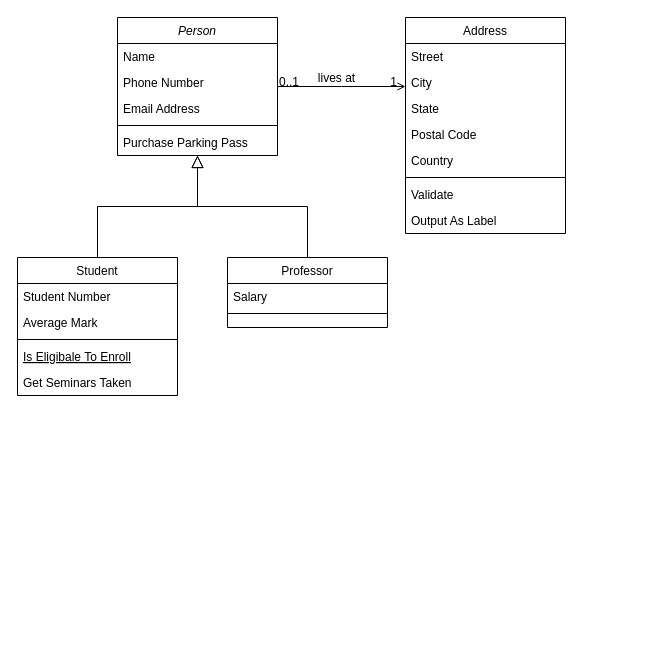
Before: page "Page-1" (1 of 2) of Untitled Diagram.drawio in Lodestone-Aus/tiddlywiki4, a draw.io diagram. Source tidied: cells renumbered, new cells numbered last; positions are measured from the earlier drawing's top-left corner, leaving out a move shared by most shapes. Both pictures are drawn from the tidied source at 100%, with x=0, y=0 at pixel (17, 17).
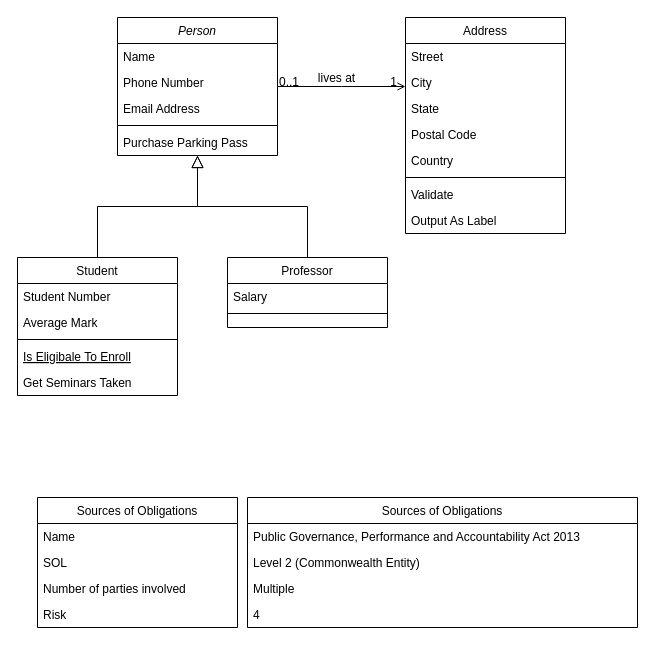
After the change.

Change to the diagram source:
```diff
@@
+    <mxCell id="32" value="Sources of Obligations" style="swimlane;fontStyle=0;horizontal=1;startSize=26;fillColor=none;" parent="1" vertex="1">
+      <mxGeometry x="20" y="480" width="200" height="130" as="geometry" />
+    </mxCell>
+    <mxCell id="33" value="Name" style="text;strokeColor=none;fillColor=none;align=left;verticalAlign=top;spacingLeft=4;spacingRight=4;overflow=hidden;" parent="32" vertex="1">
+      <mxGeometry y="26" width="200" height="26" as="geometry" />
+    </mxCell>
+    <mxCell id="34" value="SOL" style="text;strokeColor=none;fillColor=none;align=left;verticalAlign=top;spacingLeft=4;spacingRight=4;overflow=hidden;" parent="32" vertex="1">
+      <mxGeometry y="52" width="200" height="26" as="geometry" />
+    </mxCell>
+    <mxCell id="35" value="Number of parties involved" style="text;strokeColor=none;fillColor=none;align=left;verticalAlign=top;spacingLeft=4;spacingRight=4;overflow=hidden;" parent="32" vertex="1">
+      <mxGeometry y="78" width="200" height="26" as="geometry" />
+    </mxCell>
+    <mxCell id="36" value="Risk" style="text;strokeColor=none;fillColor=none;align=left;verticalAlign=top;spacingLeft=4;spacingRight=4;overflow=hidden;" parent="32" vertex="1">
+      <mxGeometry y="104" width="200" height="26" as="geometry" />
+    </mxCell>
+    <mxCell id="37" value="Sources of Obligations" style="swimlane;fontStyle=0;horizontal=1;startSize=26;fillColor=none;" parent="1" vertex="1">
+      <mxGeometry x="230" y="480" width="390" height="130" as="geometry" />
+    </mxCell>
+    <mxCell id="38" value="Public Governance, Performance and Accountability Act 2013" style="text;strokeColor=none;fillColor=none;align=left;verticalAlign=top;spacingLeft=4;spacingRight=4;overflow=hidden;" parent="37" vertex="1">
+      <mxGeometry y="26" width="390" height="26" as="geometry" />
+    </mxCell>
+    <mxCell id="39" value="Level 2 (Commonwealth Entity)" style="text;strokeColor=none;fillColor=none;align=left;verticalAlign=top;spacingLeft=4;spacingRight=4;overflow=hidden;" parent="37" vertex="1">
+      <mxGeometry y="52" width="390" height="26" as="geometry" />
+    </mxCell>
+    <mxCell id="40" value="Multiple" style="text;strokeColor=none;fillColor=none;align=left;verticalAlign=top;spacingLeft=4;spacingRight=4;overflow=hidden;" parent="37" vertex="1">
+      <mxGeometry y="78" width="390" height="26" as="geometry" />
+    </mxCell>
+    <mxCell id="41" value="4" style="text;strokeColor=none;fillColor=none;align=left;verticalAlign=top;spacingLeft=4;spacingRight=4;overflow=hidden;" parent="37" vertex="1">
+      <mxGeometry y="104" width="390" height="26" as="geometry" />
+    </mxCell>
```
